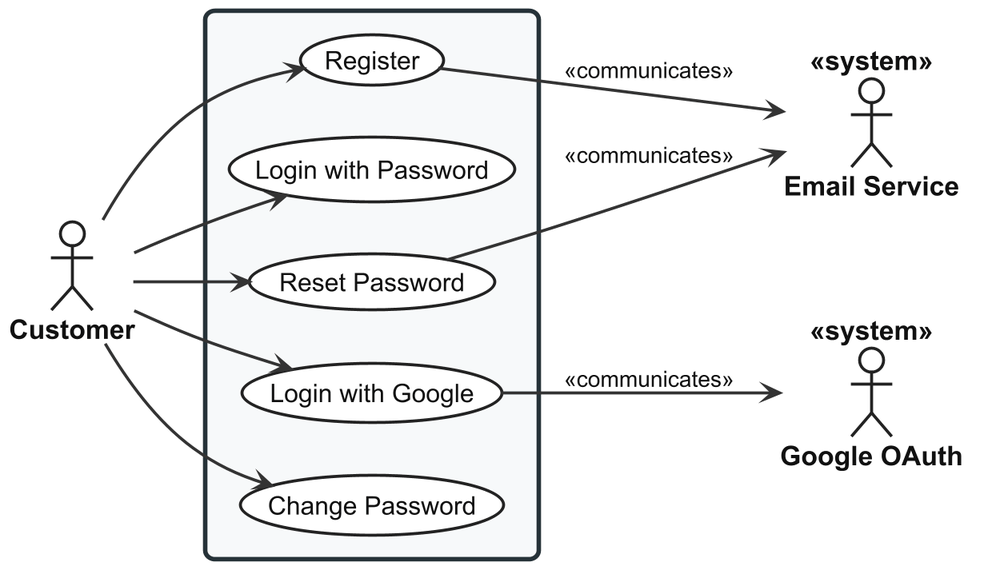
Before: thesis/figures/chapters/part2/ch2-design/02-use-cases/diagrams/P2S2.2.2_usecase-authentication.png, a diagram exported from PlantUML (qingfa-dev/ReSys.Shop).
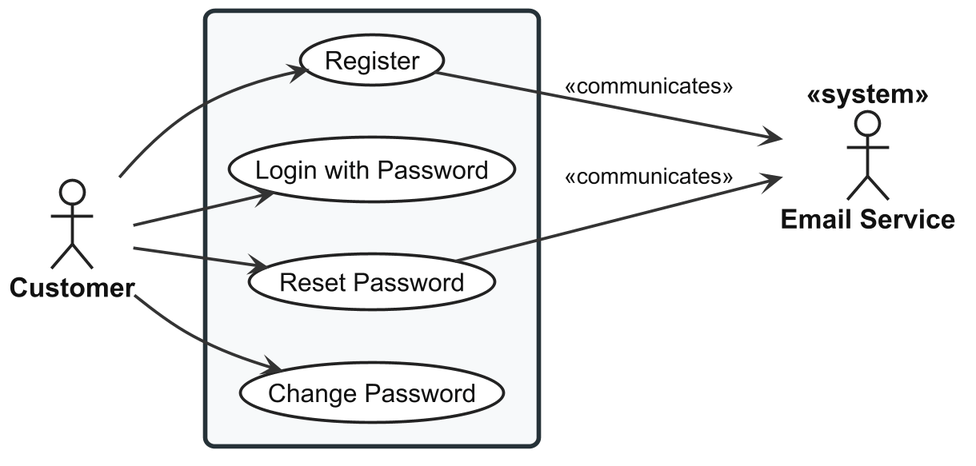
Above is the later version.

What changed in the source:
```diff
@@ -59,15 +59,12 @@
 
 actor "Customer" as Customer
 actor "Email Service" as Email <<system>>
-actor "Google OAuth" as Google <<system>>
 
 rectangle {
 
   usecase "Register" as UC_REG
 
   usecase "Login with Password" as UC_LOGIN
-
-  usecase "Login with Google" as UC_GOOGLE
 
   usecase "Reset Password" as UC_RESET
 
@@ -77,12 +74,10 @@
 
 Customer --> UC_REG
 Customer --> UC_LOGIN
-Customer --> UC_GOOGLE
 Customer --> UC_RESET
 Customer --> UC_CHANGE
 
 UC_REG --> Email : <<communicates>>
 UC_RESET --> Email : <<communicates>>
-UC_GOOGLE --> Google : <<communicates>>
 
 @enduml
```
